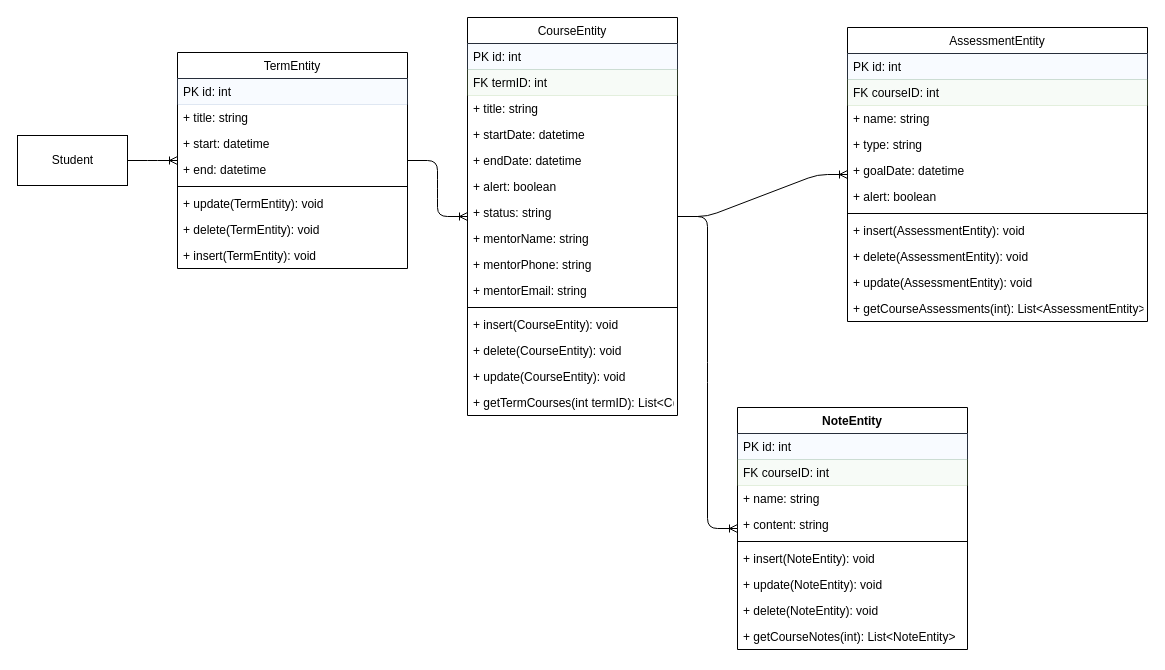
Above: page "Database" (1 of 2) of extras/C196.drawio in tyler71/C196 (draw.io), before the change. Source tidied: cells renumbered, new cells numbered last; positions are measured from the earlier drawing's top-left corner, leaving out a move shared by most shapes. Both pictures are drawn from the tidied source at 100%, with x=0, y=0 at pixel (17, 17).
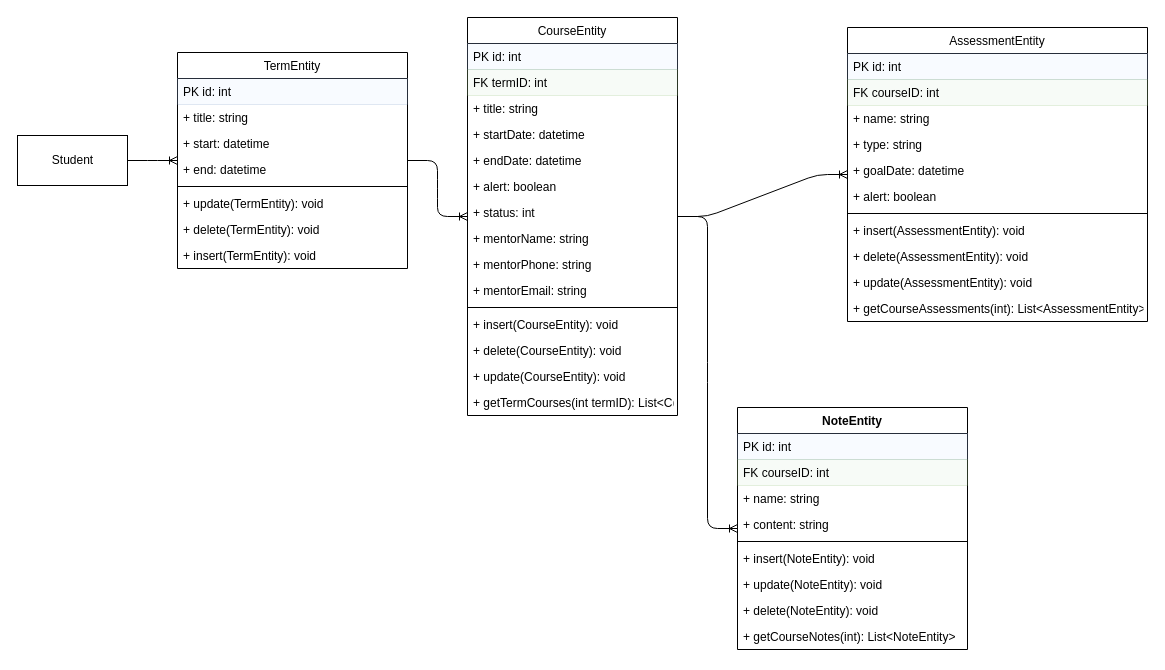
After the change.

Commit message (it also covers changes not shown here):
status is now a integer

The change refers to these unchanged cells:
```xml
<mxCell id="3" value="CourseEntity" style="swimlane;fontStyle=0;horizontal=1;startSize=26;fillColor=none;" parent="1" vertex="1">
  <mxGeometry x="450" width="210" height="398" as="geometry" />
</mxCell>
```

Diff of the diagram source:
```diff
@@
-    <mxCell id="10" value="+ status: string" style="text;strokeColor=none;fillColor=none;align=left;verticalAlign=top;spacingLeft=4;spacingRight=4;overflow=hidden;" parent="3" vertex="1">
+    <mxCell id="10" value="+ status: int" style="text;strokeColor=none;fillColor=none;align=left;verticalAlign=top;spacingLeft=4;spacingRight=4;overflow=hidden;" parent="3" vertex="1">
       <mxGeometry y="182" width="210" height="26" as="geometry" />
     </mxCell>
```
